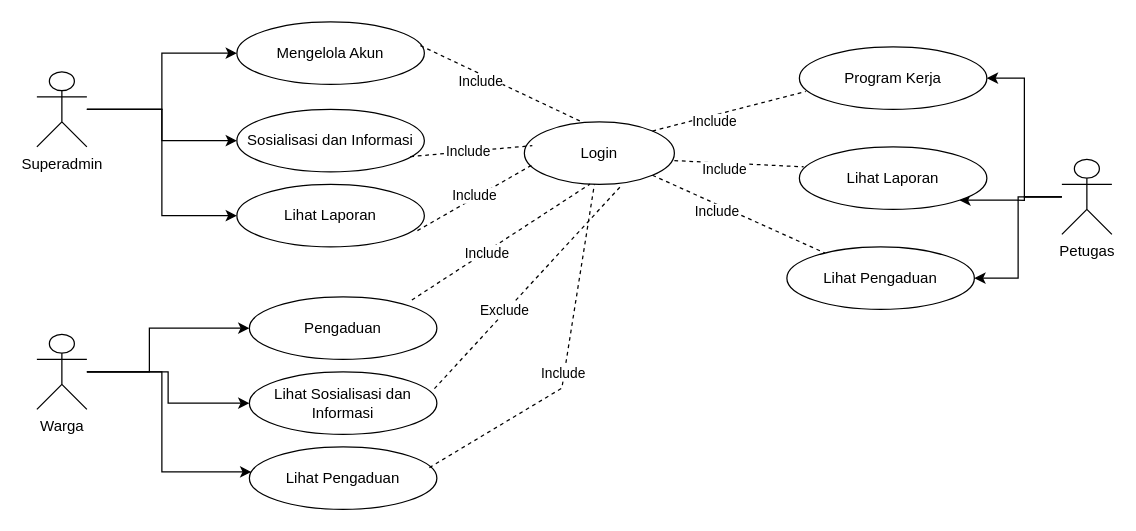
This is sistem_layanan_publik_berbasis_e-service_quality.drawio from pramudyabimo/pramudyabimo, a draw.io file, before an edit. Source tidied: cells renumbered, new cells numbered last; positions are measured from the earlier drawing's top-left corner, leaving out a move shared by most shapes. Both pictures are drawn from the tidied source at 125%, with x=0, y=0 at pixel (36, 21).
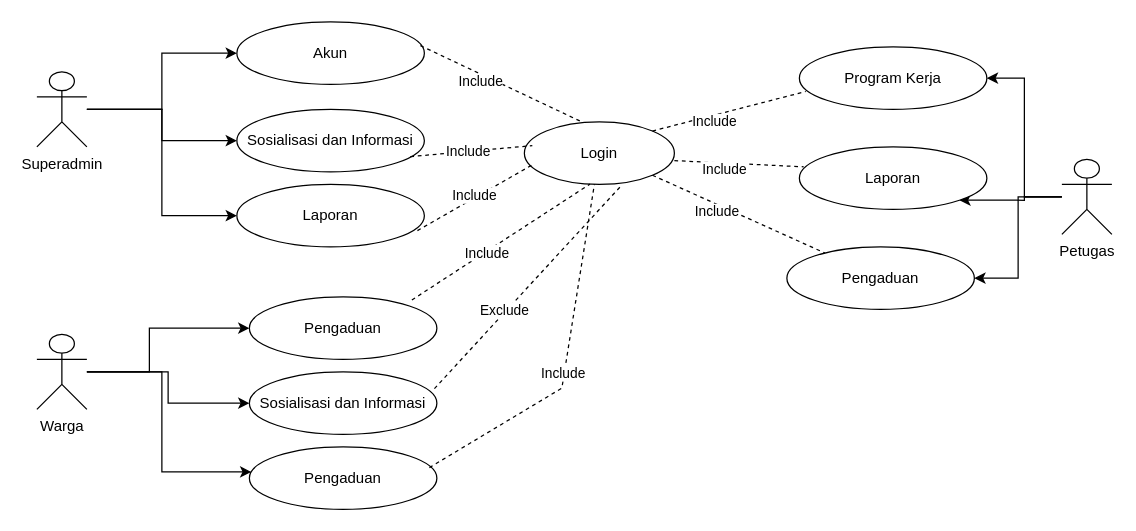
The same diagram, later.

What changed in the source:
```diff
@@
-    <mxCell id="16" value="Lihat Sosialisasi dan Informasi" style="ellipse;whiteSpace=wrap;html=1;" parent="1" vertex="1">
+    <mxCell id="16" value="Sosialisasi dan Informasi" style="ellipse;whiteSpace=wrap;html=1;" parent="1" vertex="1">
       <mxGeometry x="170" y="280" width="150" height="50" as="geometry" />
     </mxCell>
-    <mxCell id="17" value="Lihat Pengaduan" style="ellipse;whiteSpace=wrap;html=1;" parent="1" vertex="1">
+    <mxCell id="17" value="Pengaduan" style="ellipse;whiteSpace=wrap;html=1;" parent="1" vertex="1">
       <mxGeometry x="170" y="340" width="150" height="50" as="geometry" />
     </mxCell>
@@
-    <mxCell id="24" value="Mengelola Akun" style="ellipse;whiteSpace=wrap;html=1;" parent="1" vertex="1">
+    <mxCell id="24" value="Akun" style="ellipse;whiteSpace=wrap;html=1;" parent="1" vertex="1">
       <mxGeometry x="160" width="150" height="50" as="geometry" />
     </mxCell>
@@
-    <mxCell id="26" value="Lihat Laporan" style="ellipse;whiteSpace=wrap;html=1;" parent="1" vertex="1">
+    <mxCell id="26" value="Laporan" style="ellipse;whiteSpace=wrap;html=1;" parent="1" vertex="1">
       <mxGeometry x="160" y="130" width="150" height="50" as="geometry" />
     </mxCell>
@@
-    <mxCell id="34" value="Lihat Laporan" style="ellipse;whiteSpace=wrap;html=1;" parent="1" vertex="1">
+    <mxCell id="34" value="Laporan" style="ellipse;whiteSpace=wrap;html=1;" parent="1" vertex="1">
       <mxGeometry x="610" y="100" width="150" height="50" as="geometry" />
     </mxCell>
-    <mxCell id="35" value="Lihat Pengaduan" style="ellipse;whiteSpace=wrap;html=1;" parent="1" vertex="1">
+    <mxCell id="35" value="Pengaduan" style="ellipse;whiteSpace=wrap;html=1;" parent="1" vertex="1">
       <mxGeometry x="600" y="180" width="150" height="50" as="geometry" />
     </mxCell>
```
